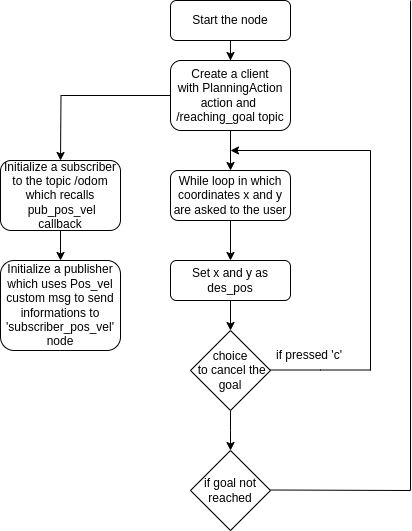
FedeMala00/second_assignment keeps this draw.io diagram as Flowchart.drawio.png. Above is the earlier version. Source tidied: cells renumbered, new cells last; positions are measured from the earlier drawing's top-left corner, leaving out a move shared by most shapes.
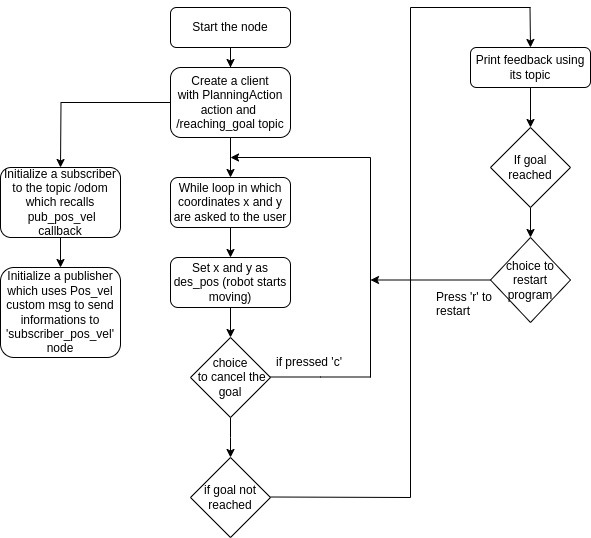
After the commit.

Diff of the diagram source:
```diff
@@ -28,8 +28,8 @@
     <mxCell id="9" style="edgeStyle=orthogonalEdgeStyle;rounded=0;jettySize=auto;html=1;" parent="1" edge="1" source="10" target="12">
       <mxGeometry relative="1" as="geometry" />
     </mxCell>
-    <mxCell id="10" value="Set x and y as des_pos" style="rounded=1;whiteSpace=wrap;html=1;" parent="1" vertex="1">
-      <mxGeometry x="170" y="260" width="120" height="40" as="geometry" />
+    <mxCell id="10" value="Set x and y as des_pos (robot starts moving)" style="rounded=1;whiteSpace=wrap;html=1;" parent="1" vertex="1">
+      <mxGeometry x="170" y="250" width="120" height="50" as="geometry" />
     </mxCell>
     <mxCell id="11" style="edgeStyle=orthogonalEdgeStyle;rounded=0;jettySize=auto;html=1;" parent="1" edge="1" source="12">
       <mxGeometry relative="1" as="geometry">
@@ -87,5 +87,39 @@
         <mxPoint x="410" as="targetPoint" />
       </mxGeometry>
     </mxCell>
+    <mxCell id="23" style="endArrow=none;html=1;rounded=0;" parent="1" edge="1">
+      <mxGeometry relative="1" as="geometry">
+        <mxPoint x="410" as="sourcePoint" />
+        <mxPoint x="530" as="targetPoint" />
+      </mxGeometry>
+    </mxCell>
+    <mxCell id="24" style="endArrow=classic;html=1;rounded=0;entryX=0.5;entryY=0;entryDx=0;entryDy=0;" parent="1" edge="1" target="26">
+      <mxGeometry relative="1" as="geometry">
+        <mxPoint x="529.5" as="sourcePoint" />
+      </mxGeometry>
+    </mxCell>
+    <mxCell id="25" style="edgeStyle=orthogonalEdgeStyle;rounded=0;jettySize=auto;html=1;" parent="1" edge="1" source="26" target="28">
+      <mxGeometry relative="1" as="geometry" />
+    </mxCell>
+    <mxCell id="26" value="Print feedback using its topic" style="rounded=1;whiteSpace=wrap;html=1;" parent="1" vertex="1">
+      <mxGeometry x="470" y="40" width="120" height="40" as="geometry" />
+    </mxCell>
+    <mxCell id="27" style="edgeStyle=orthogonalEdgeStyle;rounded=0;jettySize=auto;html=1;" parent="1" edge="1" source="28" target="30">
+      <mxGeometry relative="1" as="geometry" />
+    </mxCell>
+    <mxCell id="28" value="If goal reached" style="rhombus;whiteSpace=wrap;html=1;" parent="1" vertex="1">
+      <mxGeometry x="490" y="120" width="80" height="80" as="geometry" />
+    </mxCell>
+    <mxCell id="29" style="edgeStyle=orthogonalEdgeStyle;rounded=0;jettySize=auto;html=1;" parent="1" edge="1" source="30">
+      <mxGeometry relative="1" as="geometry">
+        <mxPoint x="370" y="272.5" as="targetPoint" />
+      </mxGeometry>
+    </mxCell>
+    <mxCell id="30" value="choice to restart program" style="rhombus;whiteSpace=wrap;html=1;" parent="1" vertex="1">
+      <mxGeometry x="490" y="230" width="80" height="85" as="geometry" />
+    </mxCell>
+    <mxCell id="31" value="Press 'r' to restart" style="text;strokeColor=none;fillColor=none;align=left;verticalAlign=middle;spacingLeft=4;spacingRight=4;overflow=hidden;whiteSpace=wrap;html=1;" parent="1" vertex="1">
+      <mxGeometry x="430" y="280" width="80" height="30" as="geometry" />
+    </mxCell>
   </root>
 </mxGraphModel>
```
